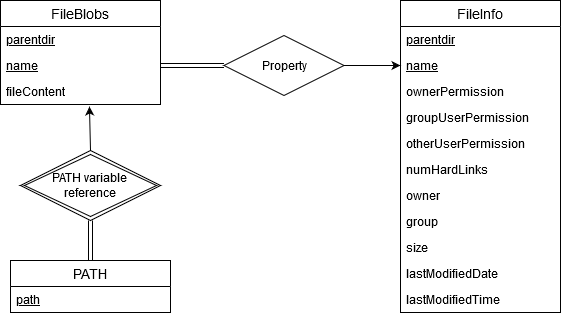
Before: ER Diagram.png, a diagram exported from draw.io (HharoldShi/RDFS). Source tidied: cells renumbered, new cells last; positions are measured from the earlier drawing's top-left corner, leaving out a move shared by most shapes.
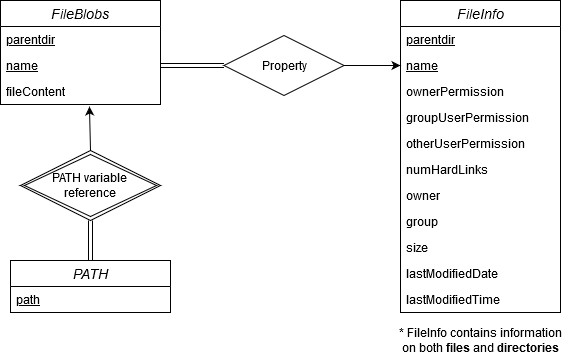
Above is the later version.

What changed in the source:
```diff
@@ -2,7 +2,7 @@
   <root>
     <mxCell id="0" />
     <mxCell id="1" parent="0" />
-    <mxCell id="2" value="FileInfo" style="swimlane;fontStyle=0;horizontal=1;startSize=26;align=center;fontSize=14;" parent="1" vertex="1">
+    <mxCell id="2" value="FileInfo" style="swimlane;fontStyle=2;horizontal=1;startSize=26;align=center;fontSize=14;" parent="1" vertex="1">
       <mxGeometry x="400" width="160" height="312" as="geometry" />
     </mxCell>
     <mxCell id="3" value="parentdir" style="text;strokeColor=none;fillColor=none;spacingLeft=4;spacingRight=4;overflow=hidden;fontSize=12;fontStyle=4;" parent="2" vertex="1">
@@ -38,7 +38,7 @@
     <mxCell id="13" value="lastModifiedTime" style="text;strokeColor=none;fillColor=none;spacingLeft=4;spacingRight=4;overflow=hidden;fontSize=12;" parent="2" vertex="1">
       <mxGeometry y="286" width="160" height="26" as="geometry" />
     </mxCell>
-    <mxCell id="14" value="FileBlobs" style="swimlane;fontStyle=0;horizontal=1;startSize=26;align=center;fontSize=14;" parent="1" vertex="1">
+    <mxCell id="14" value="FileBlobs" style="swimlane;fontStyle=2;horizontal=1;startSize=26;align=center;fontSize=14;" parent="1" vertex="1">
       <mxGeometry width="160" height="104" as="geometry" />
     </mxCell>
     <mxCell id="15" value="parentdir" style="text;strokeColor=none;fillColor=none;spacingLeft=4;spacingRight=4;overflow=hidden;fontSize=12;fontStyle=4;" parent="14" vertex="1">
@@ -62,7 +62,7 @@
     <mxCell id="21" style="endArrow=classic;html=1;entryX=0;entryY=0.5;entryDx=0;entryDy=0;exitX=1;exitY=0.5;exitDx=0;exitDy=0;" parent="1" edge="1" source="18" target="4">
       <mxGeometry relative="1" as="geometry" />
     </mxCell>
-    <mxCell id="22" value="PATH" style="swimlane;fontStyle=0;horizontal=1;startSize=26;align=center;fontSize=14;" parent="1" vertex="1">
+    <mxCell id="22" value="PATH" style="swimlane;fontStyle=2;horizontal=1;startSize=26;align=center;fontSize=14;" parent="1" vertex="1">
       <mxGeometry x="10" y="260" width="160" height="52" as="geometry" />
     </mxCell>
     <mxCell id="23" value="path" style="text;strokeColor=none;fillColor=none;spacingLeft=4;spacingRight=4;overflow=hidden;fontSize=12;fontStyle=4;" parent="22" vertex="1">
@@ -80,5 +80,8 @@
     <mxCell id="27" style="endArrow=classic;html=1;entryX=0.556;entryY=1.077;entryDx=0;entryDy=0;exitX=0.5;exitY=0;exitDx=0;exitDy=0;entryPerimeter=0;" parent="1" edge="1" source="24" target="17">
       <mxGeometry relative="1" as="geometry" />
     </mxCell>
+    <mxCell id="28" value="* FileInfo contains information on both &lt;b&gt;files&lt;/b&gt; and &lt;b&gt;directories&lt;/b&gt;" style="text;html=1;strokeColor=none;fillColor=none;align=center;verticalAlign=middle;whiteSpace=wrap;rounded=0;" parent="1" vertex="1">
+      <mxGeometry x="395" y="330" width="170" height="20" as="geometry" />
+    </mxCell>
   </root>
 </mxGraphModel>
```
